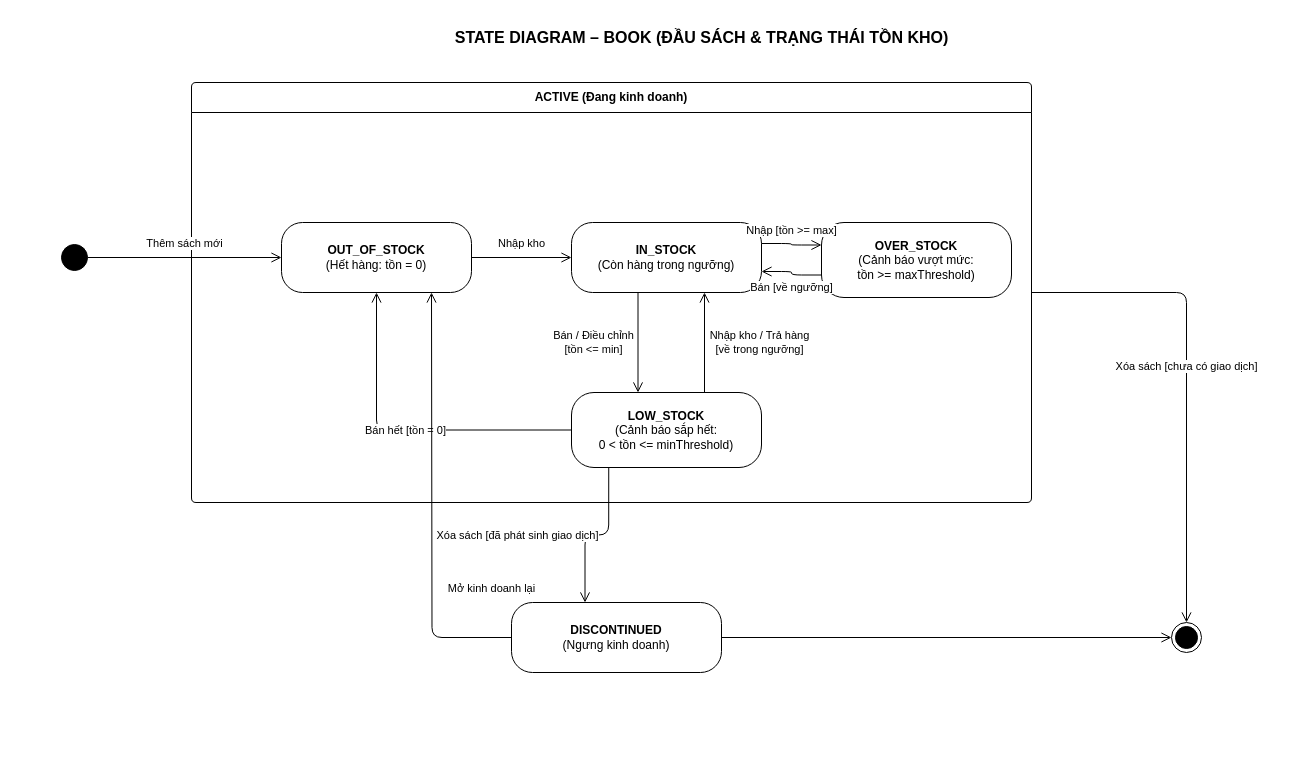
Earlier version of the draw.io diagram docs/diagrams/State diagram/state-book.drawio (chihai9-dev/quan-ly-nha-sach-ooad). Source tidied: cells renumbered, new cells numbered last; positions are measured from the earlier drawing's top-left corner, leaving out a move shared by most shapes. Both pictures are drawn from the tidied source at 100%, with x=0, y=0 at pixel (61, 22).
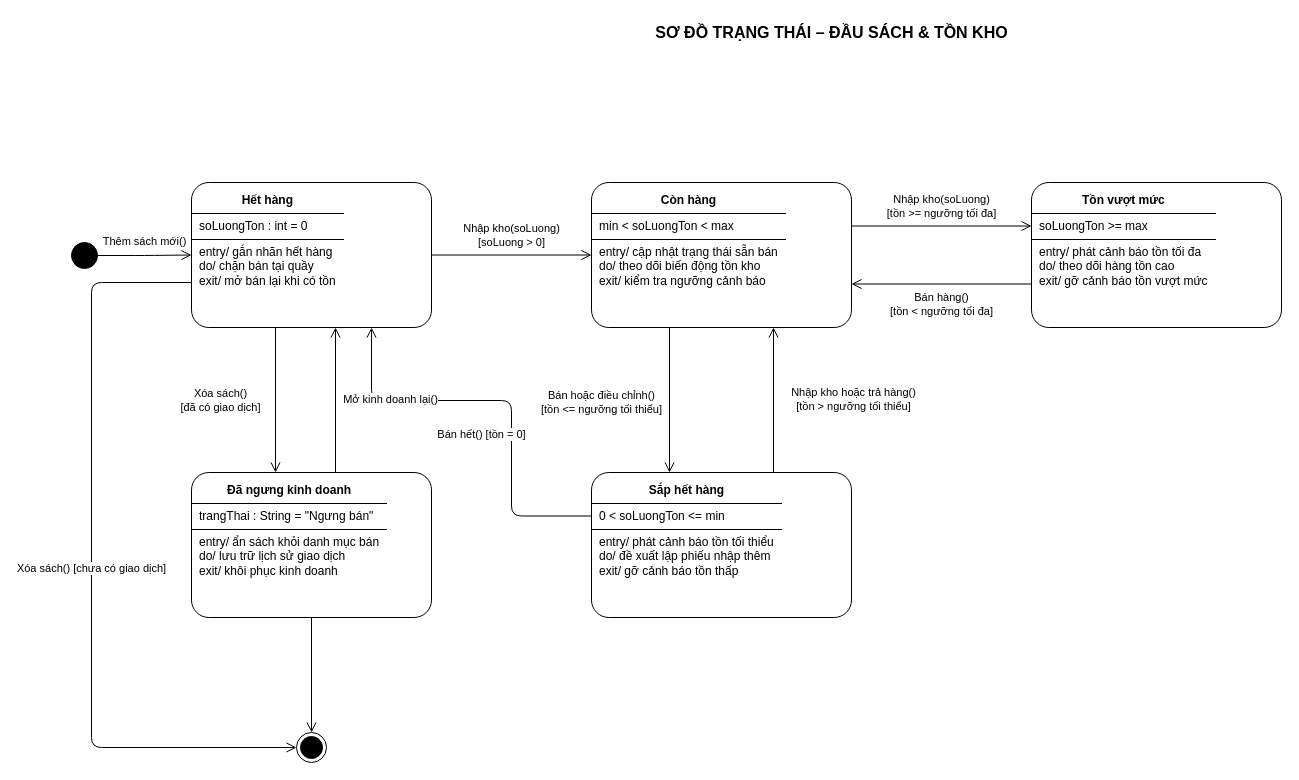
The same diagram, later.

The edit, as a diff of the source:
```diff
@@
-    <mxCell id="2" value="&lt;b&gt;STATE DIAGRAM – BOOK (ĐẦU SÁCH &amp;amp; TRẠNG THÁI TỒN KHO)&lt;/b&gt;" style="text;html=1;align=center;verticalAlign=middle;fontSize=16;" parent="1" vertex="1">
-      <mxGeometry x="290" width="700" height="30" as="geometry" />
+    <mxCell id="2" value="&lt;b&gt;SƠ ĐỒ TRẠNG THÁI – ĐẦU SÁCH &amp; TỒN KHO&lt;/b&gt;" style="text;html=1;align=center;verticalAlign=middle;fontSize=16;" parent="1" vertex="1">
+      <mxGeometry x="320" y="-5" width="900" height="30" as="geometry" />
     </mxCell>
     <mxCell id="3" style="ellipse;html=1;fillColor=#000000;strokeColor=#000000;" parent="1" vertex="1">
-      <mxGeometry y="222" width="26" height="26" as="geometry" />
+      <mxGeometry x="10" y="220" width="26" height="26" as="geometry" />
     </mxCell>
-    <mxCell id="4" value="ACTIVE (Đang kinh doanh)" style="swimlane;rounded=1;whiteSpace=wrap;html=1;startSize=30;arcSize=5;fillColor=#ffffff;strokeColor=#000000;fontStyle=1;" parent="1" vertex="1">
-      <mxGeometry x="130" y="60" width="840" height="420" as="geometry" />
-    </mxCell>
-    <mxCell id="5" value="&lt;b&gt;OUT_OF_STOCK&lt;/b&gt;&lt;br&gt;(Hết hàng: tồn = 0)" style="rounded=1;whiteSpace=wrap;html=1;arcSize=30;fillColor=#ffffff;strokeColor=#000000;" parent="4" vertex="1">
-      <mxGeometry x="90" y="140" width="190" height="70" as="geometry" />
+    <mxCell id="5" value="&lt;p style=&quot;margin:0;padding:6px 8px;text-align:center;&quot;&gt;&lt;b&gt;Hết hàng&lt;/b&gt;&lt;/p&gt;&lt;hr style=&quot;border:0;border-top:1px solid #000000;margin:0;&quot;/&gt;&lt;p style=&quot;margin:0;padding:5px 8px;&quot;&gt;soLuongTon : int = 0&lt;/p&gt;&lt;hr style=&quot;border:0;border-top:1px solid #000000;margin:0;&quot;/&gt;&lt;p style=&quot;margin:0;padding:5px 8px;&quot;&gt;entry/ gắn nhãn hết hàng&lt;br/&gt;do/ chặn bán tại quầy&lt;br/&gt;exit/ mở bán lại khi có tồn&lt;/p&gt;" style="rounded=1;whiteSpace=wrap;html=1;arcSize=12;fillColor=#ffffff;strokeColor=#000000;align=left;verticalAlign=top;spacing=0;fontSize=12;" parent="1" vertex="1">
+      <mxGeometry x="130" y="160" width="240" height="145" as="geometry" />
     </mxCell>
-    <mxCell id="6" value="&lt;b&gt;IN_STOCK&lt;/b&gt;&lt;br&gt;(Còn hàng trong ngưỡng)" style="rounded=1;whiteSpace=wrap;html=1;arcSize=30;fillColor=#ffffff;strokeColor=#000000;" parent="4" vertex="1">
-      <mxGeometry x="380" y="140" width="190" height="70" as="geometry" />
+    <mxCell id="6" value="&lt;p style=&quot;margin:0;padding:6px 8px;text-align:center;&quot;&gt;&lt;b&gt;Còn hàng&lt;/b&gt;&lt;/p&gt;&lt;hr style=&quot;border:0;border-top:1px solid #000000;margin:0;&quot;/&gt;&lt;p style=&quot;margin:0;padding:5px 8px;&quot;&gt;min &lt; soLuongTon &lt; max&lt;/p&gt;&lt;hr style=&quot;border:0;border-top:1px solid #000000;margin:0;&quot;/&gt;&lt;p style=&quot;margin:0;padding:5px 8px;&quot;&gt;entry/ cập nhật trạng thái sẵn bán&lt;br/&gt;do/ theo dõi biến động tồn kho&lt;br/&gt;exit/ kiểm tra ngưỡng cảnh báo&lt;/p&gt;" style="rounded=1;whiteSpace=wrap;html=1;arcSize=12;fillColor=#ffffff;strokeColor=#000000;align=left;verticalAlign=top;spacing=0;fontSize=12;" parent="1" vertex="1">
+      <mxGeometry x="530" y="160" width="260" height="145" as="geometry" />
     </mxCell>
-    <mxCell id="7" value="&lt;b&gt;LOW_STOCK&lt;/b&gt;&lt;br&gt;(Cảnh báo sắp hết:&lt;br&gt;0 &amp;lt; tồn &amp;lt;= minThreshold)" style="rounded=1;whiteSpace=wrap;html=1;arcSize=30;fillColor=#ffffff;strokeColor=#000000;" parent="4" vertex="1">
-      <mxGeometry x="380" y="310" width="190" height="75" as="geometry" />
+    <mxCell id="7" value="&lt;p style=&quot;margin:0;padding:6px 8px;text-align:center;&quot;&gt;&lt;b&gt;Sắp hết hàng&lt;/b&gt;&lt;/p&gt;&lt;hr style=&quot;border:0;border-top:1px solid #000000;margin:0;&quot;/&gt;&lt;p style=&quot;margin:0;padding:5px 8px;&quot;&gt;0 &lt; soLuongTon &lt;= min&lt;/p&gt;&lt;hr style=&quot;border:0;border-top:1px solid #000000;margin:0;&quot;/&gt;&lt;p style=&quot;margin:0;padding:5px 8px;&quot;&gt;entry/ phát cảnh báo tồn tối thiểu&lt;br/&gt;do/ đề xuất lập phiếu nhập thêm&lt;br/&gt;exit/ gỡ cảnh báo tồn thấp&lt;/p&gt;" style="rounded=1;whiteSpace=wrap;html=1;arcSize=12;fillColor=#ffffff;strokeColor=#000000;align=left;verticalAlign=top;spacing=0;fontSize=12;" parent="1" vertex="1">
+      <mxGeometry x="530" y="450" width="260" height="145" as="geometry" />
     </mxCell>
-    <mxCell id="8" value="&lt;b&gt;OVER_STOCK&lt;/b&gt;&lt;br&gt;(Cảnh báo vượt mức:&lt;br&gt;tồn &amp;gt;= maxThreshold)" style="rounded=1;whiteSpace=wrap;html=1;arcSize=30;fillColor=#ffffff;strokeColor=#000000;" parent="4" vertex="1">
-      <mxGeometry x="630" y="140" width="190" height="75" as="geometry" />
+    <mxCell id="8" value="&lt;p style=&quot;margin:0;padding:6px 8px;text-align:center;&quot;&gt;&lt;b&gt;Tồn vượt mức&lt;/b&gt;&lt;/p&gt;&lt;hr style=&quot;border:0;border-top:1px solid #000000;margin:0;&quot;/&gt;&lt;p style=&quot;margin:0;padding:5px 8px;&quot;&gt;soLuongTon &gt;= max&lt;/p&gt;&lt;hr style=&quot;border:0;border-top:1px solid #000000;margin:0;&quot;/&gt;&lt;p style=&quot;margin:0;padding:5px 8px;&quot;&gt;entry/ phát cảnh báo tồn tối đa&lt;br/&gt;do/ theo dõi hàng tồn cao&lt;br/&gt;exit/ gỡ cảnh báo tồn vượt mức&lt;/p&gt;" style="rounded=1;whiteSpace=wrap;html=1;arcSize=12;fillColor=#ffffff;strokeColor=#000000;align=left;verticalAlign=top;spacing=0;fontSize=12;" parent="1" vertex="1">
+      <mxGeometry x="970" y="160" width="250" height="145" as="geometry" />
     </mxCell>
+    <mxCell id="16" value="&lt;p style=&quot;margin:0;padding:6px 8px;text-align:center;&quot;&gt;&lt;b&gt;Đã ngưng kinh doanh&lt;/b&gt;&lt;/p&gt;&lt;hr style=&quot;border:0;border-top:1px solid #000000;margin:0;&quot;/&gt;&lt;p style=&quot;margin:0;padding:5px 8px;&quot;&gt;trangThai : String = &quot;Ngưng bán&quot;&lt;/p&gt;&lt;hr style=&quot;border:0;border-top:1px solid #000000;margin:0;&quot;/&gt;&lt;p style=&quot;margin:0;padding:5px 8px;&quot;&gt;entry/ ẩn sách khỏi danh mục bán&lt;br/&gt;do/ lưu trữ lịch sử giao dịch&lt;br/&gt;exit/ khôi phục kinh doanh&lt;/p&gt;" style="rounded=1;whiteSpace=wrap;html=1;arcSize=12;fillColor=#ffffff;strokeColor=#000000;align=left;verticalAlign=top;spacing=0;fontSize=12;" parent="1" vertex="1">
+      <mxGeometry x="130" y="450" width="240" height="145" as="geometry" />
+    </mxCell>
+    <mxCell id="17" style="ellipse;html=1;shape=endState;fillColor=#000000;strokeColor=#000000;" parent="1" vertex="1">
+      <mxGeometry x="235" y="710" width="30" height="30" as="geometry" />
+    </mxCell>
+    <mxCell id="18" value="Thêm sách mới()" style="edgeStyle=orthogonalEdgeStyle;rounded=1;html=1;endArrow=open;endSize=8;fontSize=11;strokeColor=#000000;labelBackgroundColor=#ffffff;" parent="1" edge="1" source="3" target="5">
+      <mxGeometry relative="1" as="geometry">
+        <mxPoint y="-14" as="offset" />
+      </mxGeometry>
+    </mxCell>
-    <mxCell id="9" value="Nhập kho" style="edgeStyle=orthogonalEdgeStyle;rounded=1;html=1;endArrow=open;endSize=8;fontSize=11;labelBackgroundColor=#ffffff;" parent="4" edge="1" source="5" target="6">
+    <mxCell id="9" value="Nhập kho(soLuong)&lt;br/&gt;[soLuong &amp;gt; 0]" style="edgeStyle=orthogonalEdgeStyle;rounded=1;html=1;endArrow=open;endSize=8;fontSize=11;strokeColor=#000000;labelBackgroundColor=#ffffff;" parent="1" edge="1" source="5" target="6">
       <mxGeometry relative="1" as="geometry">
-        <mxPoint y="-14" as="offset" />
+        <mxPoint y="-20" as="offset" />
       </mxGeometry>
     </mxCell>
-    <mxCell id="10" value="Bán / Điều chỉnh&lt;br&gt;[tồn &amp;lt;= min]" style="edgeStyle=orthogonalEdgeStyle;rounded=1;html=1;endArrow=open;endSize=8;exitX=0.35;exitY=1;exitDx=0;exitDy=0;entryX=0.35;entryY=0;entryDx=0;entryDy=0;fontSize=11;labelBackgroundColor=#ffffff;" parent="4" edge="1" source="6" target="7">
-      <mxGeometry relative="1" as="geometry">
-        <mxPoint x="-45" as="offset" />
-      </mxGeometry>
+    <mxCell id="10" value="Bán hoặc điều chỉnh()&lt;br/&gt;[tồn &amp;lt;= ngưỡng tối thiểu]" style="edgeStyle=orthogonalEdgeStyle;rounded=1;html=1;endArrow=open;endSize=8;fontSize=11;strokeColor=#000000;labelBackgroundColor=#ffffff;exitX=0.3;exitY=1;entryX=0.3;entryY=0;" parent="1" edge="1" source="6" target="7">
+      <mxGeometry x="0.03" y="-68" relative="1" as="geometry" />
     </mxCell>
-    <mxCell id="11" value="Nhập kho / Trả hàng&lt;br&gt;[về trong ngưỡng]" style="edgeStyle=orthogonalEdgeStyle;rounded=1;html=1;endArrow=open;endSize=8;exitX=0.7;exitY=0;exitDx=0;exitDy=0;entryX=0.7;entryY=1;entryDx=0;entryDy=0;fontSize=11;labelBackgroundColor=#ffffff;" parent="4" edge="1" source="7" target="6">
+    <mxCell id="11" value="Nhập kho hoặc trả hàng()&lt;br/&gt;[tồn &amp;gt; ngưỡng tối thiểu]" style="edgeStyle=orthogonalEdgeStyle;rounded=1;html=1;endArrow=open;endSize=8;fontSize=11;strokeColor=#000000;labelBackgroundColor=#ffffff;exitX=0.7;exitY=0;entryX=0.7;entryY=1;" parent="1" edge="1" source="7" target="6">
       <mxGeometry relative="1" as="geometry">
-        <mxPoint x="55" as="offset" />
+        <mxPoint x="80" as="offset" />
       </mxGeometry>
     </mxCell>
-    <mxCell id="12" value="Bán hết [tồn = 0]" style="edgeStyle=orthogonalEdgeStyle;rounded=1;html=1;endArrow=open;endSize=8;exitX=0;exitY=0.5;exitDx=0;exitDy=0;entryX=0.5;entryY=1;entryDx=0;entryDy=0;fontSize=11;labelBackgroundColor=#ffffff;" parent="4" edge="1" source="7" target="5">
-      <mxGeometry relative="1" as="geometry">
+    <mxCell id="12" value="Bán hết() [tồn = 0]" style="edgeStyle=orthogonalEdgeStyle;rounded=1;html=1;endArrow=open;endSize=8;fontSize=11;strokeColor=#000000;labelBackgroundColor=#ffffff;exitX=0;exitY=0.3;entryX=0.75;entryY=1;libavoidRouting=1;" parent="1" edge="1" source="7" target="5">
+      <mxGeometry x="-0.2" y="30" relative="1" as="geometry">
         <Array as="points">
-          <mxPoint x="185" y="348" />
+          <mxPoint x="450" y="494" />
+          <mxPoint x="450" y="378" />
+          <mxPoint x="310" y="378" />
         </Array>
+        <mxPoint y="1" as="offset" />
       </mxGeometry>
     </mxCell>
-    <mxCell id="13" value="Nhập [tồn &amp;gt;= max]" style="edgeStyle=orthogonalEdgeStyle;rounded=1;html=1;endArrow=open;endSize=8;exitX=1;exitY=0.3;exitDx=0;exitDy=0;entryX=0;entryY=0.3;entryDx=0;entryDy=0;fontSize=11;labelBackgroundColor=#ffffff;" parent="4" edge="1" source="6" target="8">
+    <mxCell id="13" value="Nhập kho(soLuong)&lt;br/&gt;[tồn &amp;gt;= ngưỡng tối đa]" style="edgeStyle=orthogonalEdgeStyle;rounded=1;html=1;endArrow=open;endSize=8;fontSize=11;strokeColor=#000000;labelBackgroundColor=#ffffff;exitX=1;exitY=0.3;entryX=0;entryY=0.3;" parent="1" edge="1" source="6" target="8">
       <mxGeometry relative="1" as="geometry">
-        <mxPoint y="-14" as="offset" />
+        <mxPoint y="-20" as="offset" />
       </mxGeometry>
     </mxCell>
-    <mxCell id="14" value="Bán [về ngưỡng]" style="edgeStyle=orthogonalEdgeStyle;rounded=1;html=1;endArrow=open;endSize=8;exitX=0;exitY=0.7;exitDx=0;exitDy=0;entryX=1;entryY=0.7;entryDx=0;entryDy=0;fontSize=11;labelBackgroundColor=#ffffff;" parent="4" edge="1" source="8" target="6">
+    <mxCell id="14" value="Bán hàng()&lt;br/&gt;[tồn &amp;lt; ngưỡng tối đa]" style="edgeStyle=orthogonalEdgeStyle;rounded=1;html=1;endArrow=open;endSize=8;fontSize=11;strokeColor=#000000;labelBackgroundColor=#ffffff;exitX=0;exitY=0.7;entryX=1;entryY=0.7;" parent="1" edge="1" source="8" target="6">
       <mxGeometry relative="1" as="geometry">
-        <mxPoint y="14" as="offset" />
+        <mxPoint y="20" as="offset" />
       </mxGeometry>
     </mxCell>
-    <mxCell id="15" value="Mở kinh doanh lại" style="edgeStyle=orthogonalEdgeStyle;rounded=1;html=1;endArrow=open;endSize=8;exitX=0;exitY=0.5;exitDx=0;exitDy=0;fontSize=11;labelBackgroundColor=#ffffff;" parent="4" edge="1" source="16">
-      <mxGeometry x="-0.39" relative="1" as="geometry">
-        <mxPoint x="240" y="210" as="targetPoint" />
-        <mxPoint x="60" as="offset" />
-      </mxGeometry>
-    </mxCell>
-    <mxCell id="16" value="&lt;b&gt;DISCONTINUED&lt;/b&gt;&lt;br&gt;(Ngưng kinh doanh)" style="rounded=1;whiteSpace=wrap;html=1;arcSize=30;fillColor=#ffffff;strokeColor=#000000;" parent="1" vertex="1">
-      <mxGeometry x="450" y="580" width="210" height="70" as="geometry" />
-    </mxCell>
-    <mxCell id="17" style="ellipse;html=1;shape=endState;fillColor=#000000;strokeColor=#000000;" parent="1" vertex="1">
-      <mxGeometry x="1110" y="600" width="30" height="30" as="geometry" />
-    </mxCell>
-    <mxCell id="18" value="Thêm sách mới" style="edgeStyle=orthogonalEdgeStyle;rounded=1;html=1;endArrow=open;endSize=8;fontSize=11;labelBackgroundColor=#ffffff;" parent="1" edge="1" source="3" target="5">
-      <mxGeometry relative="1" as="geometry">
-        <mxPoint y="-14" as="offset" />
-      </mxGeometry>
-    </mxCell>
-    <mxCell id="19" value="Xóa sách [đã phát sinh giao dịch]" style="edgeStyle=orthogonalEdgeStyle;rounded=1;html=1;endArrow=open;endSize=8;exitX=0.196;exitY=0.997;exitDx=0;exitDy=0;entryX=0.35;entryY=0;entryDx=0;entryDy=0;fontSize=11;labelBackgroundColor=#ffffff;exitPerimeter=0;" parent="1" edge="1" source="7" target="16">
-      <mxGeometry relative="1" as="geometry">
-        <mxPoint x="-80" as="offset" />
-      </mxGeometry>
-    </mxCell>
-    <mxCell id="20" value="Xóa sách [chưa có giao dịch]" style="edgeStyle=orthogonalEdgeStyle;rounded=1;html=1;endArrow=open;endSize=8;exitX=1;exitY=0.5;exitDx=0;exitDy=0;entryX=0.5;entryY=0;entryDx=0;entryDy=0;fontSize=11;labelBackgroundColor=#ffffff;" parent="1" edge="1" source="4" target="17">
-      <mxGeometry relative="1" as="geometry">
-        <Array as="points">
-          <mxPoint x="1125" y="270" />
-        </Array>
-        <mxPoint y="-14" as="offset" />
-      </mxGeometry>
-    </mxCell>
+    <mxCell id="22" value="Xóa sách()&lt;br/&gt;[đã có giao dịch]" style="edgeStyle=orthogonalEdgeStyle;rounded=1;html=1;endArrow=open;endSize=8;fontSize=11;strokeColor=#000000;labelBackgroundColor=#ffffff;exitX=0.35;exitY=1;entryX=0.35;entryY=0;" parent="1" edge="1" source="5" target="16">
+      <mxGeometry relative="1" as="geometry">
+        <mxPoint x="-55" as="offset" />
+      </mxGeometry>
+    </mxCell>
+    <mxCell id="23" value="Mở kinh doanh lại()" style="edgeStyle=orthogonalEdgeStyle;rounded=1;html=1;endArrow=open;endSize=8;fontSize=11;strokeColor=#000000;labelBackgroundColor=#ffffff;exitX=0.6;exitY=0;entryX=0.6;entryY=1;" parent="1" edge="1" source="16" target="5">
+      <mxGeometry relative="1" as="geometry">
+        <mxPoint x="55" as="offset" />
+      </mxGeometry>
+    </mxCell>
+    <mxCell id="24" value="Xóa sách() [chưa có giao dịch]" style="edgeStyle=orthogonalEdgeStyle;rounded=1;html=1;endArrow=open;endSize=8;fontSize=11;strokeColor=#000000;labelBackgroundColor=#ffffff;exitX=0;exitY=0.5;entryX=0;entryY=0.5;entryDx=0;entryDy=0;" parent="1" edge="1" target="17">
+      <mxGeometry x="0.04" relative="1" as="geometry">
+        <mxPoint x="130" y="260" as="sourcePoint" />
+        <Array as="points">
+          <mxPoint x="30" y="260" />
+          <mxPoint x="30" y="725" />
+        </Array>
+        <mxPoint y="-14" as="offset" />
+      </mxGeometry>
+    </mxCell>
-    <mxCell id="21" style="edgeStyle=orthogonalEdgeStyle;rounded=1;html=1;endArrow=open;endSize=8;" parent="1" edge="1" source="16" target="17">
+    <mxCell id="21" style="edgeStyle=orthogonalEdgeStyle;rounded=1;html=1;endArrow=open;endSize=8;fontSize=11;strokeColor=#000000;labelBackgroundColor=#ffffff;" parent="1" edge="1" source="16" target="17">
       <mxGeometry relative="1" as="geometry" />
     </mxCell>
```
